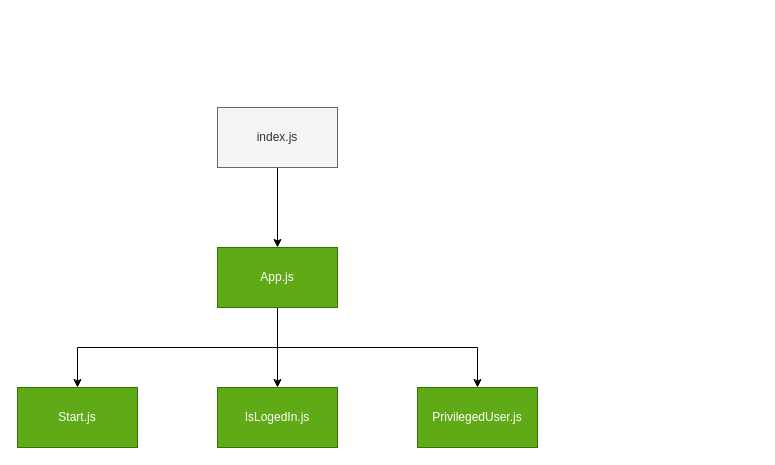
luciesaad/ReactProject_Intranet keeps this draw.io diagram as page "Page-3" (4 of 6) of planning/ReactProjectIntranet.drawio. Above is the earlier version. Source tidied: cells renumbered, new cells numbered last; positions are measured from the earlier drawing's top-left corner, leaving out a move shared by most shapes. Both pictures are drawn from the tidied source at 100%, with x=0, y=0 at pixel (17, 107).
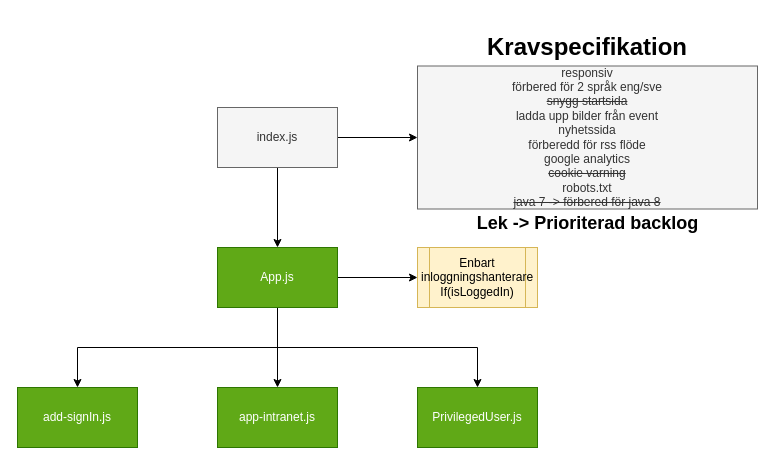
Above is the later version.

Change to the diagram source:
```diff
@@
 <mxGraphModel>
   <root>
     <mxCell id="0" />
     <mxCell id="1" parent="0" />
     <mxCell id="2" style="edgeStyle=orthogonalEdgeStyle;rounded=0;jettySize=auto;html=1;" parent="1" edge="1" source="3" target="7">
       <mxGeometry relative="1" as="geometry" />
     </mxCell>
+    <mxCell id="11" style="edgeStyle=orthogonalEdgeStyle;rounded=0;jettySize=auto;html=1;" parent="1" edge="1" source="3" target="12">
+      <mxGeometry relative="1" as="geometry" />
+    </mxCell>
     <mxCell id="3" value="index.js" style="rounded=0;whiteSpace=wrap;html=1;glass=0;comic=0;fillColor=#f5f5f5;strokeColor=#666666;fontColor=#333333;" parent="1" vertex="1">
       <mxGeometry x="200" width="120" height="60" as="geometry" />
     </mxCell>
+    <mxCell id="12" value="responsiv&lt;br&gt;förbered för 2 språk eng/sve&lt;br&gt;&lt;strike&gt;snygg startsida&lt;/strike&gt;&lt;br&gt;ladda upp bilder från event&lt;br&gt;nyhetssida&lt;br&gt;förberedd för rss flöde&lt;br&gt;google analytics&lt;br&gt;&lt;strike&gt;cookie varning&lt;/strike&gt;&lt;br&gt;robots.txt&lt;br&gt;&lt;strike&gt;java 7 -&amp;gt; förbered för java 8&lt;/strike&gt;" style="rounded=0;whiteSpace=wrap;html=1;glass=0;comic=0;fillColor=#f5f5f5;strokeColor=#666666;fontColor=#333333;" parent="1" vertex="1">
+      <mxGeometry x="400" y="-41.5" width="340" height="143" as="geometry" />
+    </mxCell>
     <mxCell id="4" style="edgeStyle=orthogonalEdgeStyle;rounded=0;jettySize=auto;html=1;" parent="1" edge="1" source="7" target="8">
       <mxGeometry relative="1" as="geometry" />
     </mxCell>
     <mxCell id="5" style="edgeStyle=orthogonalEdgeStyle;rounded=0;jettySize=auto;html=1;exitX=0.5;exitY=1;exitDx=0;exitDy=0;" parent="1" edge="1" source="7" target="9">
       <mxGeometry relative="1" as="geometry" />
     </mxCell>
     <mxCell id="6" style="edgeStyle=orthogonalEdgeStyle;rounded=0;jettySize=auto;html=1;exitX=0.5;exitY=1;exitDx=0;exitDy=0;entryX=0.5;entryY=0;entryDx=0;entryDy=0;" parent="1" edge="1" source="7" target="10">
       <mxGeometry relative="1" as="geometry" />
     </mxCell>
+    <mxCell id="13" style="edgeStyle=orthogonalEdgeStyle;rounded=0;jettySize=auto;html=1;entryX=0;entryY=0.5;entryDx=0;entryDy=0;" parent="1" edge="1" source="7" target="14">
+      <mxGeometry relative="1" as="geometry" />
+    </mxCell>
     <mxCell id="7" value="App.js" style="rounded=0;whiteSpace=wrap;html=1;glass=0;comic=0;fillColor=#60a917;strokeColor=#2D7600;fontColor=#ffffff;" parent="1" vertex="1">
       <mxGeometry x="200" y="140" width="120" height="60" as="geometry" />
     </mxCell>
-    <mxCell id="8" value="IsLogedIn.js" style="rounded=0;whiteSpace=wrap;html=1;glass=0;comic=0;fillColor=#60a917;strokeColor=#2D7600;fontColor=#ffffff;" parent="1" vertex="1">
+    <mxCell id="8" value="app-intranet.js" style="rounded=0;whiteSpace=wrap;html=1;glass=0;comic=0;fillColor=#60a917;strokeColor=#2D7600;fontColor=#ffffff;" parent="1" vertex="1">
       <mxGeometry x="200" y="280" width="120" height="60" as="geometry" />
     </mxCell>
-    <mxCell id="9" value="Start.js" style="rounded=0;whiteSpace=wrap;html=1;glass=0;comic=0;fillColor=#60a917;strokeColor=#2D7600;fontColor=#ffffff;" parent="1" vertex="1">
+    <mxCell id="9" value="add-signIn.js" style="rounded=0;whiteSpace=wrap;html=1;glass=0;comic=0;fillColor=#60a917;strokeColor=#2D7600;fontColor=#ffffff;" parent="1" vertex="1">
       <mxGeometry y="280" width="120" height="60" as="geometry" />
     </mxCell>
     <mxCell id="10" value="PrivilegedUser.js" style="rounded=0;whiteSpace=wrap;html=1;glass=0;comic=0;fillColor=#60a917;strokeColor=#2D7600;fontColor=#ffffff;" parent="1" vertex="1">
       <mxGeometry x="400" y="280" width="120" height="60" as="geometry" />
     </mxCell>
+    <mxCell id="14" value="Enbart inloggningshanterare&lt;br&gt;If(isLoggedIn)&lt;br&gt;" style="shape=process;whiteSpace=wrap;html=1;backgroundOutline=1;fillColor=#fff2cc;strokeColor=#d6b656;" parent="1" vertex="1">
+      <mxGeometry x="400" y="140" width="120" height="60" as="geometry" />
+    </mxCell>
+    <mxCell id="15" value="&lt;h1&gt;Kravspecifikation&lt;/h1&gt;" style="text;html=1;strokeColor=none;fillColor=none;align=center;verticalAlign=middle;whiteSpace=wrap;rounded=0;" parent="1" vertex="1">
+      <mxGeometry x="460" y="-78.5" width="220" height="37" as="geometry" />
+    </mxCell>
+    <mxCell id="16" value="&lt;h2&gt;Lek -&amp;gt; Prioriterad backlog&lt;/h2&gt;" style="text;html=1;strokeColor=none;fillColor=none;align=center;verticalAlign=middle;whiteSpace=wrap;rounded=0;" parent="1" vertex="1">
+      <mxGeometry x="447.5" y="101.5" width="245" height="28" as="geometry" />
+    </mxCell>
   </root>
 </mxGraphModel>
```
